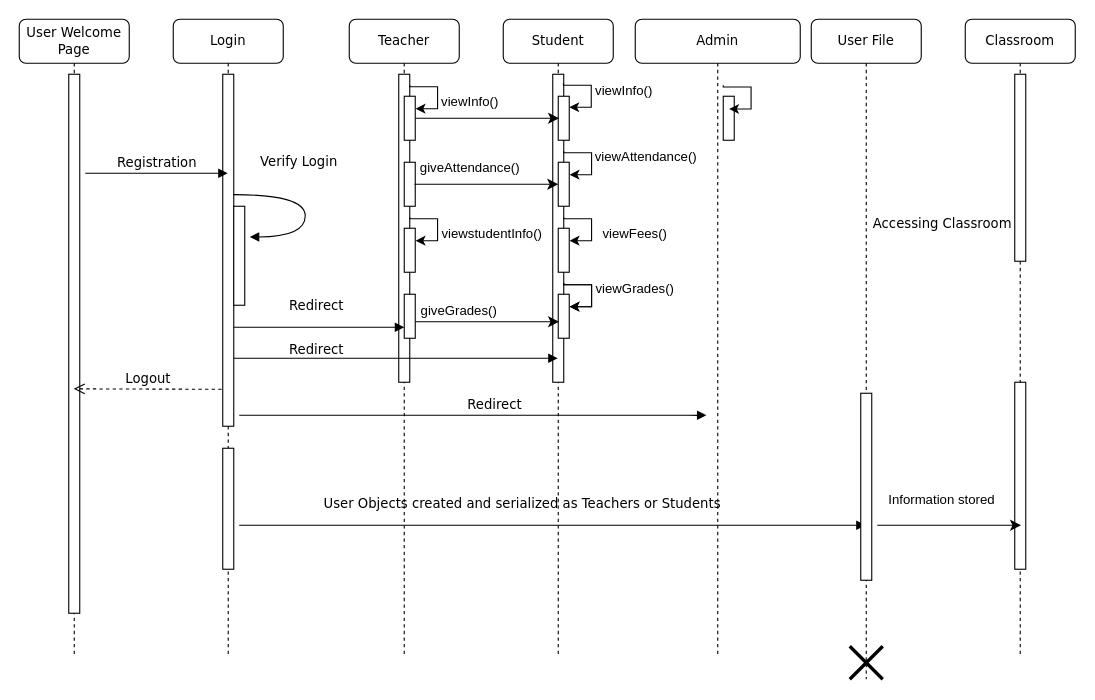
Earlier version of the draw.io diagram Project Design/Sequence Diagram.drawio (akifzahin/Java-School-Management-System). Source tidied: cells renumbered, new cells numbered last; positions are measured from the earlier drawing's top-left corner, leaving out a move shared by most shapes. Both pictures are drawn from the tidied source at 110%, with x=0, y=0 at pixel (19, 19).
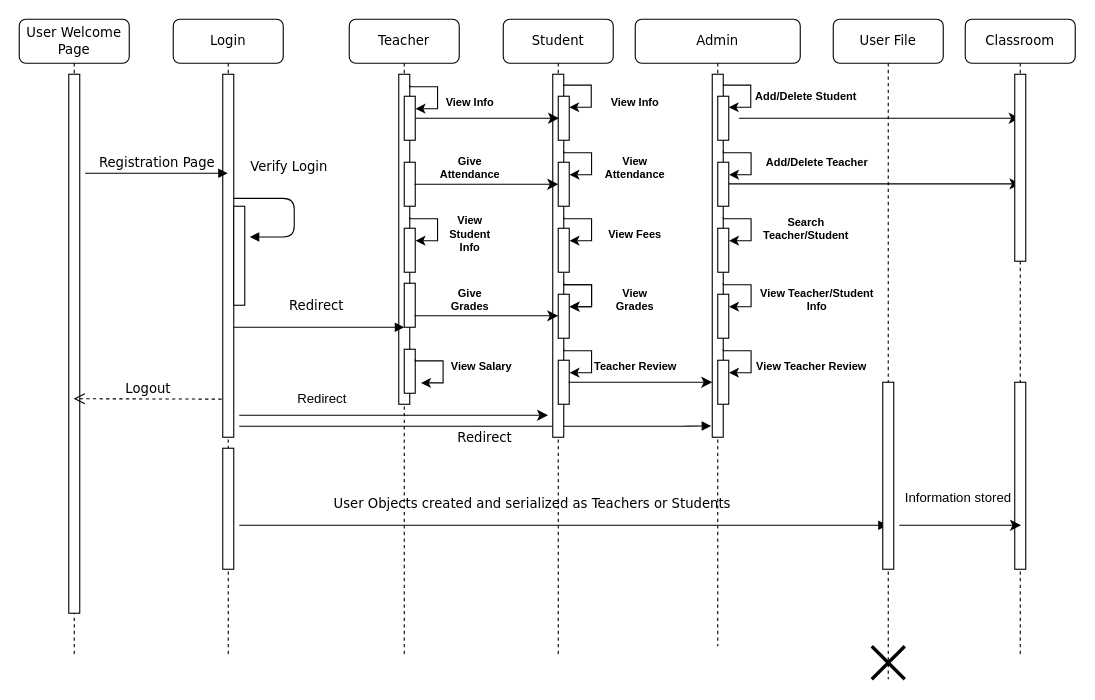
The same page after the edit.

The change refers to these unchanged cells:
```xml
<mxCell id="2" value="Login" style="shape=umlLifeline;perimeter=lifelinePerimeter;whiteSpace=wrap;html=1;outlineConnect=0;rounded=1;shadow=0;comic=0;labelBackgroundColor=none;strokeWidth=1;fontFamily=Verdana;fontSize=12;align=center;" parent="1" vertex="1">
  <mxGeometry x="140" width="100" height="580" as="geometry" />
</mxCell>
<mxCell id="7" value="Teacher" style="shape=umlLifeline;perimeter=lifelinePerimeter;whiteSpace=wrap;html=1;rounded=1;shadow=0;comic=0;labelBackgroundColor=none;strokeWidth=1;fontFamily=Verdana;fontSize=12;align=center;" parent="1" vertex="1">
  <mxGeometry x="300" width="100" height="580" as="geometry" />
</mxCell>
<mxCell id="17" value="Student" style="shape=umlLifeline;perimeter=lifelinePerimeter;whiteSpace=wrap;html=1;outlineConnect=0;rounded=1;shadow=0;comic=0;labelBackgroundColor=none;strokeWidth=1;fontFamily=Verdana;fontSize=12;align=center;" parent="1" vertex="1">
  <mxGeometry x="440" width="100" height="580" as="geometry" />
</mxCell>
<mxCell id="33" value="Classroom" style="shape=umlLifeline;perimeter=lifelinePerimeter;whiteSpace=wrap;html=1;outlineConnect=0;rounded=1;shadow=0;comic=0;labelBackgroundColor=none;strokeWidth=1;fontFamily=Verdana;fontSize=12;align=center;" parent="1" vertex="1">
  <mxGeometry x="860" width="100" height="580" as="geometry" />
</mxCell>
```

The edit, as a diff of the source:
```diff
@@
     <mxCell id="3" style="html=1;points=[];perimeter=orthogonalPerimeter;rounded=0;shadow=0;comic=0;labelBackgroundColor=none;strokeWidth=1;fontFamily=Verdana;fontSize=12;align=center;" parent="2" vertex="1">
-      <mxGeometry x="45" y="50" width="10" height="320" as="geometry" />
+      <mxGeometry x="45" y="50" width="10" height="330" as="geometry" />
     </mxCell>
-    <mxCell id="4" value="Verify Login" style="html=1;verticalAlign=bottom;endArrow=block;labelBackgroundColor=none;fontFamily=Verdana;fontSize=12;elbow=vertical;edgeStyle=orthogonalEdgeStyle;curved=1;entryX=1;entryY=0.286;entryPerimeter=0;exitX=0.986;exitY=0.342;exitPerimeter=0;exitDx=0;exitDy=0;" parent="2" edge="1" source="3">
+    <mxCell id="4" value="Verify Login" style="html=1;verticalAlign=bottom;endArrow=block;labelBackgroundColor=none;fontFamily=Verdana;fontSize=12;edgeStyle=elbowEdgeStyle;entryX=1;entryY=0.286;entryPerimeter=0;exitX=0.986;exitY=0.342;exitPerimeter=0;exitDx=0;exitDy=0;" parent="2" edge="1" source="3">
       <mxGeometry x="-0.23" y="20" relative="1" as="geometry">
         <mxPoint x="69.6" y="197.9" as="targetPoint" />
         <Array as="points">
-          <mxPoint x="120" y="159" />
-          <mxPoint x="120" y="198" />
+          <mxPoint x="110" y="180" />
         </Array>
       </mxGeometry>
     </mxCell>
@@
     <mxCell id="8" style="html=1;perimeter=orthogonalPerimeter;rounded=0;shadow=0;comic=0;labelBackgroundColor=none;strokeWidth=1;fontFamily=Verdana;fontSize=12;align=center;" parent="7" vertex="1">
-      <mxGeometry x="45" y="50" width="10" height="280" as="geometry" />
+      <mxGeometry x="45" y="50" width="10" height="300" as="geometry" />
     </mxCell>
@@
     <mxCell id="11" style="html=1;perimeter=orthogonalPerimeter;rounded=0;shadow=0;comic=0;labelBackgroundColor=none;strokeWidth=1;fontFamily=Verdana;fontSize=12;align=center;" parent="7" vertex="1">
-      <mxGeometry x="50" y="250" width="10" height="40" as="geometry" />
+      <mxGeometry x="50" y="240" width="10" height="40" as="geometry" />
     </mxCell>
@@
+    <mxCell id="53" value="Redirect" style="html=1;verticalAlign=bottom;endArrow=block;labelBackgroundColor=none;fontFamily=Verdana;fontSize=12;entryX=-0.103;entryY=0.969;entryDx=0;entryDy=0;entryPerimeter=0;" parent="7" edge="1" target="62">
+      <mxGeometry x="-0.05" y="-20" relative="1" as="geometry">
+        <mxPoint x="-100" y="370" as="sourcePoint" />
+        <Array as="points">
+          <mxPoint x="320" y="370" />
+          <mxPoint x="310" y="370" />
+          <mxPoint x="300" y="370" />
+        </Array>
+      </mxGeometry>
+    </mxCell>
+    <mxCell id="57" style="html=1;perimeter=orthogonalPerimeter;rounded=0;shadow=0;comic=0;labelBackgroundColor=none;strokeWidth=1;fontFamily=Verdana;fontSize=12;align=center;" parent="7" vertex="1">
+      <mxGeometry x="50" y="300" width="10" height="40" as="geometry" />
+    </mxCell>
+    <mxCell id="58" style="edgeStyle=orthogonalEdgeStyle;rounded=0;orthogonalLoop=1;jettySize=auto;html=1;exitX=0.967;exitY=0.03;exitDx=0;exitDy=0;exitPerimeter=0;" parent="7" edge="1">
+      <mxGeometry relative="1" as="geometry">
+        <mxPoint x="60" y="309.3" as="sourcePoint" />
+        <mxPoint x="65.3" y="330.6" as="targetPoint" />
+        <Array as="points">
+          <mxPoint x="60.3" y="310.6" />
+          <mxPoint x="85.3" y="310.6" />
+          <mxPoint x="85.3" y="330.6" />
+        </Array>
+      </mxGeometry>
+    </mxCell>
@@
     <mxCell id="18" style="html=1;points=[];perimeter=orthogonalPerimeter;rounded=0;shadow=0;comic=0;labelBackgroundColor=none;strokeWidth=1;fontFamily=Verdana;fontSize=12;align=center;" parent="17" vertex="1">
-      <mxGeometry x="45" y="50" width="10" height="280" as="geometry" />
+      <mxGeometry x="45" y="50" width="10" height="330" as="geometry" />
     </mxCell>
@@
+    <mxCell id="59" style="html=1;perimeter=orthogonalPerimeter;rounded=0;shadow=0;comic=0;labelBackgroundColor=none;strokeWidth=1;fontFamily=Verdana;fontSize=12;align=center;" parent="17" vertex="1">
+      <mxGeometry x="50" y="310" width="10" height="40" as="geometry" />
+    </mxCell>
+    <mxCell id="60" style="edgeStyle=orthogonalEdgeStyle;rounded=0;orthogonalLoop=1;jettySize=auto;html=1;exitX=0.967;exitY=0.03;exitDx=0;exitDy=0;exitPerimeter=0;" parent="17" edge="1">
+      <mxGeometry relative="1" as="geometry">
+        <mxPoint x="55" y="300" as="sourcePoint" />
+        <mxPoint x="60.3" y="321.3" as="targetPoint" />
+        <Array as="points">
+          <mxPoint x="55.3" y="301.3" />
+          <mxPoint x="80.3" y="301.3" />
+          <mxPoint x="80.3" y="321.3" />
+        </Array>
+      </mxGeometry>
+    </mxCell>
+    <mxCell id="50" style="endArrow=classic;html=1;rounded=0;fontSize=15;startSize=7;endSize=7;strokeWidth=1;exitX=0.933;exitY=0.499;exitDx=0;exitDy=0;exitPerimeter=0;" parent="17" edge="1">
+      <mxGeometry relative="1" as="geometry">
+        <mxPoint x="-80.7" y="269.6" as="sourcePoint" />
+        <mxPoint x="50" y="269.6" as="targetPoint" />
+      </mxGeometry>
+    </mxCell>
+    <mxCell id="61" style="endArrow=classic;html=1;rounded=0;fontSize=15;startSize=7;endSize=7;strokeWidth=1;" parent="17" edge="1">
+      <mxGeometry relative="1" as="geometry">
+        <mxPoint x="-240" y="360" as="sourcePoint" />
+        <mxPoint x="40.7" y="360" as="targetPoint" />
+      </mxGeometry>
+    </mxCell>
     <mxCell id="27" value="Admin" style="shape=umlLifeline;perimeter=lifelinePerimeter;whiteSpace=wrap;html=1;outlineConnect=0;rounded=1;shadow=0;comic=0;labelBackgroundColor=none;strokeWidth=1;fontFamily=Verdana;fontSize=12;align=center;" parent="1" vertex="1">
-      <mxGeometry x="560" width="150" height="580" as="geometry" />
+      <mxGeometry x="560" width="150" height="570" as="geometry" />
     </mxCell>
-    <mxCell id="28" style="html=1;perimeter=orthogonalPerimeter;rounded=0;shadow=0;comic=0;labelBackgroundColor=none;strokeWidth=1;fontFamily=Verdana;fontSize=12;align=center;" parent="27" vertex="1">
-      <mxGeometry x="80" y="70" width="10" height="40" as="geometry" />
-    </mxCell>
-    <mxCell id="29" style="edgeStyle=orthogonalEdgeStyle;rounded=0;orthogonalLoop=1;jettySize=auto;html=1;exitX=0.967;exitY=0.03;exitDx=0;exitDy=0;exitPerimeter=0;" parent="27" edge="1">
-      <mxGeometry relative="1" as="geometry">
-        <mxPoint x="80" y="60" as="sourcePoint" />
-        <mxPoint x="85.3" y="81.6" as="targetPoint" />
-        <Array as="points">
-          <mxPoint x="80.3" y="61.6" />
-          <mxPoint x="105.3" y="61.6" />
-          <mxPoint x="105.3" y="81.6" />
-        </Array>
-      </mxGeometry>
-    </mxCell>
+    <mxCell id="62" style="html=1;points=[];perimeter=orthogonalPerimeter;rounded=0;shadow=0;comic=0;labelBackgroundColor=none;strokeWidth=1;fontFamily=Verdana;fontSize=12;align=center;" parent="27" vertex="1">
+      <mxGeometry x="70" y="50" width="10" height="330" as="geometry" />
+    </mxCell>
+    <mxCell id="63" style="html=1;perimeter=orthogonalPerimeter;rounded=0;shadow=0;comic=0;labelBackgroundColor=none;strokeWidth=1;fontFamily=Verdana;fontSize=12;align=center;" parent="27" vertex="1">
+      <mxGeometry x="75" y="190" width="10" height="40" as="geometry" />
+    </mxCell>
+    <mxCell id="64" style="html=1;perimeter=orthogonalPerimeter;rounded=0;shadow=0;comic=0;labelBackgroundColor=none;strokeWidth=1;fontFamily=Verdana;fontSize=12;align=center;" parent="27" vertex="1">
+      <mxGeometry x="75" y="70" width="10" height="40" as="geometry" />
+    </mxCell>
+    <mxCell id="65" style="html=1;perimeter=orthogonalPerimeter;rounded=0;shadow=0;comic=0;labelBackgroundColor=none;strokeWidth=1;fontFamily=Verdana;fontSize=12;align=center;" parent="27" vertex="1">
+      <mxGeometry x="75" y="130" width="10" height="40" as="geometry" />
+    </mxCell>
+    <mxCell id="66" style="edgeStyle=orthogonalEdgeStyle;rounded=0;jettySize=auto;html=1;exitX=0.967;exitY=0.03;exitDx=0;exitDy=0;exitPerimeter=0;" parent="27" edge="1" source="62">
+      <mxGeometry relative="1" as="geometry">
+        <mxPoint x="85" y="80" as="targetPoint" />
+        <Array as="points">
+          <mxPoint x="80" y="60" />
+          <mxPoint x="105" y="60" />
+          <mxPoint x="105" y="80" />
+        </Array>
+      </mxGeometry>
+    </mxCell>
+    <mxCell id="67" style="edgeStyle=orthogonalEdgeStyle;rounded=0;orthogonalLoop=1;jettySize=auto;html=1;exitX=0.967;exitY=0.03;exitDx=0;exitDy=0;exitPerimeter=0;" parent="27" edge="1">
+      <mxGeometry relative="1" as="geometry">
+        <mxPoint x="80" y="120" as="sourcePoint" />
+        <mxPoint x="85.3" y="141.3" as="targetPoint" />
+        <Array as="points">
+          <mxPoint x="80.3" y="121.3" />
+          <mxPoint x="105.3" y="121.3" />
+          <mxPoint x="105.3" y="141.3" />
+        </Array>
+      </mxGeometry>
+    </mxCell>
+    <mxCell id="68" style="edgeStyle=orthogonalEdgeStyle;rounded=0;orthogonalLoop=1;jettySize=auto;html=1;exitX=0.967;exitY=0.03;exitDx=0;exitDy=0;exitPerimeter=0;" parent="27" edge="1">
+      <mxGeometry relative="1" as="geometry">
+        <mxPoint x="80" y="180" as="sourcePoint" />
+        <mxPoint x="85.3" y="201.3" as="targetPoint" />
+        <Array as="points">
+          <mxPoint x="80.3" y="181.3" />
+          <mxPoint x="105.3" y="181.3" />
+          <mxPoint x="105.3" y="201.3" />
+        </Array>
+      </mxGeometry>
+    </mxCell>
+    <mxCell id="69" style="endArrow=classic;html=1;rounded=0;fontSize=15;startSize=7;endSize=7;strokeWidth=1;exitX=0.933;exitY=0.499;exitDx=0;exitDy=0;exitPerimeter=0;" parent="27" edge="1">
+      <mxGeometry relative="1" as="geometry">
+        <mxPoint x="85" y="149.7" as="sourcePoint" />
+        <mxPoint x="350.2" y="149.7" as="targetPoint" />
+      </mxGeometry>
+    </mxCell>
+    <mxCell id="41" value="View Fees" style="text;html=1;strokeColor=none;fillColor=none;align=center;verticalAlign=middle;whiteSpace=wrap;rounded=0;fontSize=10;fontStyle=1;" parent="27" vertex="1">
+      <mxGeometry x="-30" y="180" width="60" height="30" as="geometry" />
+    </mxCell>
+    <mxCell id="42" value="View Grades" style="text;html=1;strokeColor=none;fillColor=none;align=center;verticalAlign=middle;whiteSpace=wrap;rounded=0;fontSize=10;fontStyle=1;" parent="27" vertex="1">
+      <mxGeometry x="-30" y="240" width="60" height="30" as="geometry" />
+    </mxCell>
+    <mxCell id="40" value="View Attendance" style="text;html=1;strokeColor=none;fillColor=none;align=center;verticalAlign=middle;whiteSpace=wrap;rounded=0;fontSize=10;fontStyle=1;" parent="27" vertex="1">
+      <mxGeometry x="-30" y="120" width="60" height="30" as="geometry" />
+    </mxCell>
+    <mxCell id="70" value="Teacher Review" style="text;html=1;align=center;verticalAlign=middle;strokeColor=none;fillColor=none;fontSize=10;fontStyle=1;" parent="27" vertex="1">
+      <mxGeometry x="-50" y="300" width="100" height="30" as="geometry" />
+    </mxCell>
+    <mxCell id="71" style="endArrow=classic;html=1;rounded=0;fontSize=15;startSize=7;endSize=7;strokeWidth=1;exitX=0.933;exitY=0.499;exitDx=0;exitDy=0;exitPerimeter=0;" parent="27" edge="1">
+      <mxGeometry relative="1" as="geometry">
+        <mxPoint x="-60.7" y="330" as="sourcePoint" />
+        <mxPoint x="70" y="330" as="targetPoint" />
+      </mxGeometry>
+    </mxCell>
+    <mxCell id="72" style="html=1;perimeter=orthogonalPerimeter;rounded=0;shadow=0;comic=0;labelBackgroundColor=none;strokeWidth=1;fontFamily=Verdana;fontSize=12;align=center;" parent="27" vertex="1">
+      <mxGeometry x="75" y="310" width="10" height="40" as="geometry" />
+    </mxCell>
+    <mxCell id="73" style="edgeStyle=orthogonalEdgeStyle;rounded=0;orthogonalLoop=1;jettySize=auto;html=1;exitX=0.967;exitY=0.03;exitDx=0;exitDy=0;exitPerimeter=0;" parent="27" edge="1">
+      <mxGeometry relative="1" as="geometry">
+        <mxPoint x="80" y="300" as="sourcePoint" />
+        <mxPoint x="85.3" y="321.3" as="targetPoint" />
+        <Array as="points">
+          <mxPoint x="80.3" y="301.3" />
+          <mxPoint x="105.3" y="301.3" />
+          <mxPoint x="105.3" y="321.3" />
+        </Array>
+      </mxGeometry>
+    </mxCell>
+    <mxCell id="74" style="html=1;perimeter=orthogonalPerimeter;rounded=0;shadow=0;comic=0;labelBackgroundColor=none;strokeWidth=1;fontFamily=Verdana;fontSize=12;align=center;" parent="27" vertex="1">
+      <mxGeometry x="75" y="250" width="10" height="40" as="geometry" />
+    </mxCell>
+    <mxCell id="75" style="edgeStyle=orthogonalEdgeStyle;rounded=0;orthogonalLoop=1;jettySize=auto;html=1;exitX=0.967;exitY=0.03;exitDx=0;exitDy=0;exitPerimeter=0;" parent="27" edge="1">
+      <mxGeometry relative="1" as="geometry">
+        <mxPoint x="80" y="240" as="sourcePoint" />
+        <mxPoint x="85.3" y="261.3" as="targetPoint" />
+        <Array as="points">
+          <mxPoint x="80.3" y="241.3" />
+          <mxPoint x="105.3" y="241.3" />
+          <mxPoint x="105.3" y="261.3" />
+        </Array>
+      </mxGeometry>
+    </mxCell>
+    <mxCell id="39" value="View Info" style="text;html=1;strokeColor=none;fillColor=none;align=center;verticalAlign=middle;whiteSpace=wrap;rounded=0;fontSize=10;fontStyle=1;" parent="27" vertex="1">
+      <mxGeometry x="-30" y="60" width="60" height="30" as="geometry" />
+    </mxCell>
     <mxCell id="30" value="User File" style="shape=umlLifeline;perimeter=lifelinePerimeter;whiteSpace=wrap;html=1;outlineConnect=0;rounded=1;shadow=0;comic=0;labelBackgroundColor=none;strokeWidth=1;fontFamily=Verdana;fontSize=12;align=center;" parent="1" vertex="1">
-      <mxGeometry x="720" width="100" height="600" as="geometry" />
+      <mxGeometry x="740" width="100" height="600" as="geometry" />
     </mxCell>
     <mxCell id="31" style="html=1;perimeter=orthogonalPerimeter;rounded=0;shadow=0;comic=0;labelBackgroundColor=none;strokeWidth=1;fontFamily=Verdana;fontSize=12;align=center;" parent="30" vertex="1">
-      <mxGeometry x="45" y="340" width="10" height="170" as="geometry" />
+      <mxGeometry x="45" y="330" width="10" height="170" as="geometry" />
     </mxCell>
@@
+    <mxCell id="76" style="endArrow=classic;html=1;rounded=0;fontSize=15;startSize=7;endSize=7;strokeWidth=1;exitX=0.933;exitY=0.499;exitDx=0;exitDy=0;exitPerimeter=0;" parent="30" edge="1" target="33">
+      <mxGeometry relative="1" as="geometry">
+        <mxPoint x="-85.7" y="90" as="sourcePoint" />
+      </mxGeometry>
+    </mxCell>
+    <mxCell id="77" value="Add/Delete Teacher" style="text;html=1;align=center;verticalAlign=middle;strokeColor=none;fillColor=none;fontSize=10;fontStyle=1;" parent="30" vertex="1">
+      <mxGeometry x="-75" y="115" width="120" height="30" as="geometry" />
+    </mxCell>
+    <mxCell id="78" value="View Teacher/Student&lt;br&gt;Info" style="text;html=1;align=center;verticalAlign=middle;strokeColor=none;fillColor=none;fontSize=10;fontStyle=1;" parent="30" vertex="1">
+      <mxGeometry x="-80" y="235" width="130" height="40" as="geometry" />
+    </mxCell>
+    <mxCell id="79" value="View Teacher Review" style="text;html=1;align=center;verticalAlign=middle;strokeColor=none;fillColor=none;fontSize=10;fontStyle=1;" parent="30" vertex="1">
+      <mxGeometry x="-80" y="300" width="120" height="30" as="geometry" />
+    </mxCell>
@@
+    <mxCell id="52" value="&lt;font style=&quot;font-size: 12px;&quot;&gt;Information stored&amp;nbsp;&lt;/font&gt;" style="text;html=1;align=center;verticalAlign=middle;strokeColor=none;fillColor=none;fontSize=12;" parent="33" vertex="1">
+      <mxGeometry x="-65" y="420" width="120" height="30" as="geometry" />
+    </mxCell>
@@
-    <mxCell id="39" value="viewInfo()" style="text;html=1;strokeColor=none;fillColor=none;align=center;verticalAlign=middle;whiteSpace=wrap;rounded=0;" parent="1" vertex="1">
-      <mxGeometry x="520" y="50" width="60" height="30" as="geometry" />
-    </mxCell>
-    <mxCell id="40" value="viewAttendance()" style="text;html=1;strokeColor=none;fillColor=none;align=center;verticalAlign=middle;whiteSpace=wrap;rounded=0;" parent="1" vertex="1">
-      <mxGeometry x="540" y="110" width="60" height="30" as="geometry" />
-    </mxCell>
-    <mxCell id="41" value="viewFees()" style="text;html=1;strokeColor=none;fillColor=none;align=center;verticalAlign=middle;whiteSpace=wrap;rounded=0;" parent="1" vertex="1">
-      <mxGeometry x="530" y="180" width="60" height="30" as="geometry" />
-    </mxCell>
-    <mxCell id="42" value="viewGrades()" style="text;html=1;strokeColor=none;fillColor=none;align=center;verticalAlign=middle;whiteSpace=wrap;rounded=0;" parent="1" vertex="1">
-      <mxGeometry x="530" y="230" width="60" height="30" as="geometry" />
-    </mxCell>
-    <mxCell id="43" value="viewInfo()" style="text;html=1;strokeColor=none;fillColor=none;align=center;verticalAlign=middle;whiteSpace=wrap;rounded=0;" parent="1" vertex="1">
+    <mxCell id="43" value="View Info" style="text;html=1;strokeColor=none;fillColor=none;align=center;verticalAlign=middle;whiteSpace=wrap;rounded=0;fontSize=10;fontStyle=1;" parent="1" vertex="1">
       <mxGeometry x="380" y="60" width="60" height="30" as="geometry" />
     </mxCell>
-    <mxCell id="44" value="giveGrades()" style="text;html=1;strokeColor=none;fillColor=none;align=center;verticalAlign=middle;whiteSpace=wrap;rounded=0;" parent="1" vertex="1">
-      <mxGeometry x="370" y="250" width="60" height="30" as="geometry" />
+    <mxCell id="44" value="Give Grades" style="text;html=1;strokeColor=none;fillColor=none;align=center;verticalAlign=middle;whiteSpace=wrap;rounded=0;fontSize=10;fontStyle=1;" parent="1" vertex="1">
+      <mxGeometry x="380" y="240" width="60" height="30" as="geometry" />
     </mxCell>
-    <mxCell id="45" value="viewstudentInfo()" style="text;html=1;strokeColor=none;fillColor=none;align=center;verticalAlign=middle;whiteSpace=wrap;rounded=0;" parent="1" vertex="1">
-      <mxGeometry x="400" y="180" width="60" height="30" as="geometry" />
-    </mxCell>
-    <mxCell id="46" value="Registration" style="html=1;verticalAlign=bottom;endArrow=block;labelBackgroundColor=none;fontFamily=Verdana;fontSize=12;edgeStyle=elbowEdgeStyle;elbow=vertical;" parent="1" edge="1" target="2">
+    <mxCell id="46" value="Registration Page" style="html=1;verticalAlign=bottom;endArrow=block;labelBackgroundColor=none;fontFamily=Verdana;fontSize=12;edgeStyle=elbowEdgeStyle;elbow=vertical;" parent="1" edge="1" target="2">
       <mxGeometry relative="1" as="geometry">
         <mxPoint x="60" y="140" as="sourcePoint" />
       </mxGeometry>
     </mxCell>
-    <mxCell id="47" value="Redirect" style="html=1;verticalAlign=bottom;endArrow=block;labelBackgroundColor=none;fontFamily=Verdana;fontSize=12;exitX=1.007;exitY=0.807;exitDx=0;exitDy=0;exitPerimeter=0;" parent="1" edge="1" source="3" target="17">
-      <mxGeometry x="-0.49" y="-2" relative="1" as="geometry" />
-    </mxCell>
-    <mxCell id="48" value="giveAttendance()" style="text;html=1;strokeColor=none;fillColor=none;align=center;verticalAlign=middle;whiteSpace=wrap;rounded=0;" parent="1" vertex="1">
+    <mxCell id="48" value="Give Attendance" style="text;html=1;strokeColor=none;fillColor=none;align=center;verticalAlign=middle;whiteSpace=wrap;rounded=0;fontSize=10;fontStyle=1;" parent="1" vertex="1">
       <mxGeometry x="380" y="120" width="60" height="30" as="geometry" />
     </mxCell>
@@
-    <mxCell id="50" style="endArrow=classic;html=1;rounded=0;fontSize=15;startSize=7;endSize=7;strokeWidth=1;exitX=0.933;exitY=0.499;exitDx=0;exitDy=0;exitPerimeter=0;" parent="1" edge="1">
-      <mxGeometry relative="1" as="geometry">
-        <mxPoint x="360" y="275" as="sourcePoint" />
-        <mxPoint x="490.7" y="275" as="targetPoint" />
-      </mxGeometry>
-    </mxCell>
-    <mxCell id="51" style="endArrow=classic;html=1;rounded=0;fontSize=15;startSize=7;endSize=7;strokeWidth=1;exitX=0.933;exitY=0.499;exitDx=0;exitDy=0;exitPerimeter=0;" parent="1" edge="1">
+    <mxCell id="51" style="endArrow=classic;html=1;rounded=0;fontSize=15;startSize=7;endSize=7;strokeWidth=1;" parent="1" edge="1">
       <mxGeometry relative="1" as="geometry">
-        <mxPoint x="780" y="460" as="sourcePoint" />
+        <mxPoint x="800" y="460" as="sourcePoint" />
         <mxPoint x="910.7" y="460" as="targetPoint" />
       </mxGeometry>
     </mxCell>
-    <mxCell id="52" value="&lt;font style=&quot;font-size: 12px;&quot;&gt;Information stored&amp;nbsp;&lt;/font&gt;" style="text;html=1;align=center;verticalAlign=middle;strokeColor=none;fillColor=none;fontSize=15;" parent="1" vertex="1">
-      <mxGeometry x="780" y="420" width="120" height="30" as="geometry" />
-    </mxCell>
-    <mxCell id="53" value="Redirect" style="html=1;verticalAlign=bottom;endArrow=block;labelBackgroundColor=none;fontFamily=Verdana;fontSize=12;entryX=-0.023;entryY=0.969;entryDx=0;entryDy=0;entryPerimeter=0;" parent="1" edge="1">
-      <mxGeometry relative="1" as="geometry">
-        <mxPoint x="200" y="360" as="sourcePoint" />
-        <mxPoint x="624.7" y="360.1" as="targetPoint" />
-        <Array as="points">
-          <mxPoint x="620" y="360" />
-          <mxPoint x="610" y="360" />
-          <mxPoint x="600" y="360" />
-        </Array>
-      </mxGeometry>
-    </mxCell>
@@
-    <mxCell id="55" value="Accessing Classroom" style="html=1;verticalAlign=bottom;endArrow=open;dashed=1;endSize=8;labelBackgroundColor=none;fontFamily=Verdana;fontSize=12;edgeStyle=elbowEdgeStyle;elbow=vertical;startArrow=none;" parent="1" edge="1" target="27">
-      <mxGeometry x="-0.24" y="-205" relative="1" as="geometry">
-        <mxPoint x="635" y="195" as="sourcePoint" />
-        <mxPoint x="204" y="205" as="offset" />
-      </mxGeometry>
-    </mxCell>
@@
+    <mxCell id="80" value="Add/Delete Student" style="text;html=1;align=center;verticalAlign=middle;strokeColor=none;fillColor=none;fontSize=10;fontStyle=1;" parent="1" vertex="1">
+      <mxGeometry x="655" y="55" width="120" height="30" as="geometry" />
+    </mxCell>
+    <mxCell id="45" value="View Student Info" style="text;html=1;strokeColor=none;fillColor=none;align=center;verticalAlign=middle;whiteSpace=wrap;rounded=0;fontSize=10;fontStyle=1;" parent="1" vertex="1">
+      <mxGeometry x="380" y="180" width="60" height="30" as="geometry" />
+    </mxCell>
+    <mxCell id="81" value="Search &lt;br&gt;Teacher/Student" style="text;html=1;align=center;verticalAlign=middle;strokeColor=none;fillColor=none;fontSize=10;fontStyle=1;" parent="1" vertex="1">
+      <mxGeometry x="665" y="170" width="100" height="40" as="geometry" />
+    </mxCell>
+    <mxCell id="82" value="&lt;font style=&quot;font-size: 10px;&quot;&gt;View Salary&lt;/font&gt;" style="text;html=1;align=center;verticalAlign=middle;strokeColor=none;fillColor=none;fontSize=12;fontStyle=1;" parent="1" vertex="1">
+      <mxGeometry x="380" y="300" width="80" height="30" as="geometry" />
+    </mxCell>
+    <mxCell id="47" value="Redirect" style="text;html=1;align=center;verticalAlign=middle;strokeColor=none;fillColor=none;fontSize=12;" parent="1" vertex="1">
+      <mxGeometry x="240" y="330" width="70" height="30" as="geometry" />
+    </mxCell>
```
